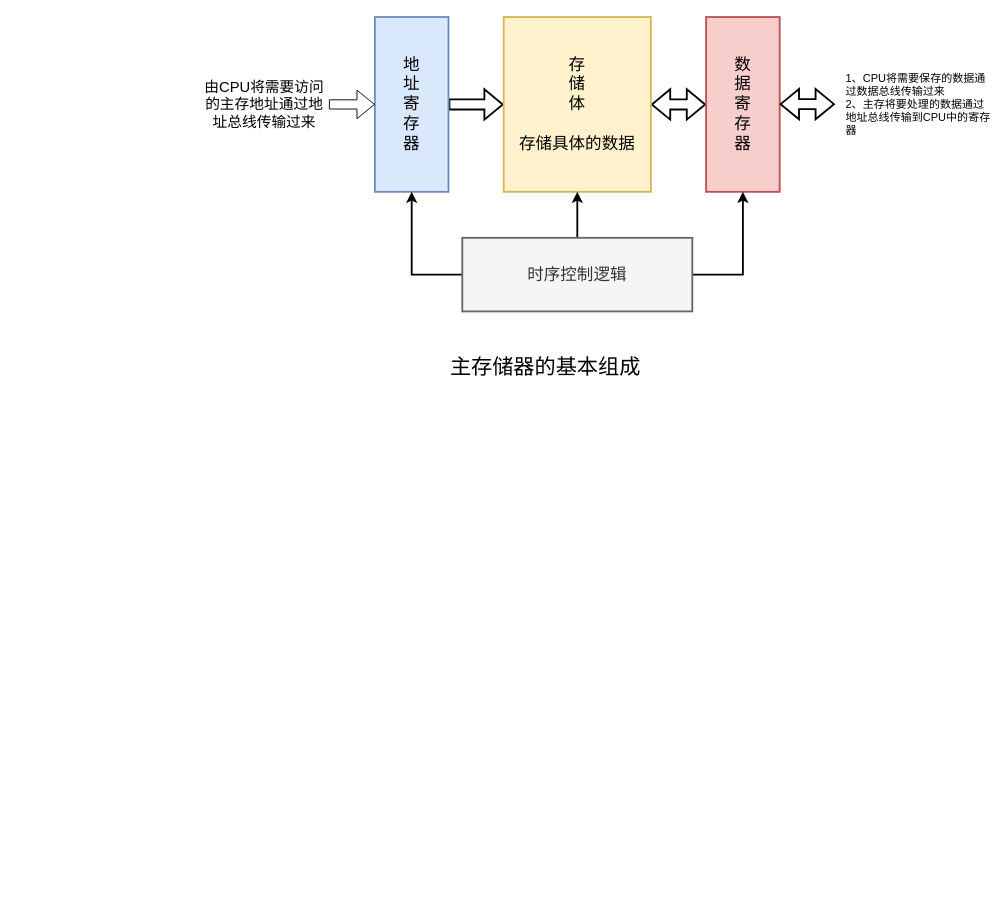
Earlier version of the draw.io diagram 408/计算机组成原理.drawio (wenxuan-ping/picture). Source tidied: cells renumbered, new cells numbered last; positions are measured from the earlier drawing's top-left corner, leaving out a move shared by most shapes. Both pictures are drawn from the tidied source at 92%, with x=0, y=0 at pixel (200, 17).
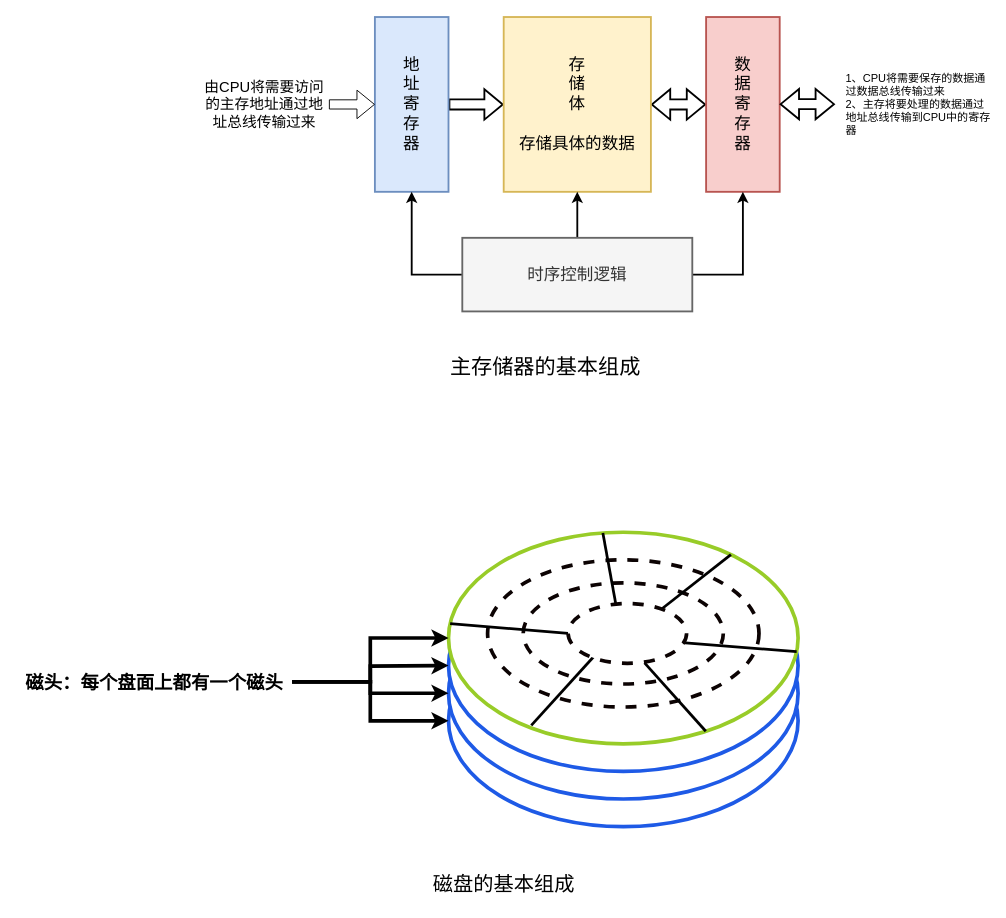
The same diagram, later.

Commit message:
磁盘的基本组成

Diff of the diagram source:
```diff
@@
+    <mxCell id="16" style="ellipse;whiteSpace=wrap;html=1;strokeColor=#1e5ae6;strokeWidth=4;" parent="1" vertex="1">
+      <mxGeometry x="270" y="650" width="380" height="230" as="geometry" />
+    </mxCell>
+    <mxCell id="17" style="ellipse;whiteSpace=wrap;html=1;strokeColor=#1e5ae6;strokeWidth=4;" parent="1" vertex="1">
+      <mxGeometry x="270" y="620" width="380" height="230" as="geometry" />
+    </mxCell>
@@
+    <mxCell id="18" style="ellipse;whiteSpace=wrap;html=1;strokeColor=#1e5ae6;strokeWidth=4;" parent="1" vertex="1">
+      <mxGeometry x="270" y="590" width="380" height="230" as="geometry" />
+    </mxCell>
+    <mxCell id="19" style="ellipse;whiteSpace=wrap;html=1;strokeWidth=4;strokeColor=#98cc28;" parent="1" vertex="1">
+      <mxGeometry x="270" y="560" width="380" height="230" as="geometry" />
+    </mxCell>
+    <mxCell id="20" style="ellipse;whiteSpace=wrap;html=1;strokeWidth=4;strokeColor=#0c0303;dashed=1;" parent="1" vertex="1">
+      <mxGeometry x="312.5" y="590" width="295" height="160" as="geometry" />
+    </mxCell>
+    <mxCell id="21" style="ellipse;whiteSpace=wrap;html=1;strokeWidth=4;strokeColor=#0c0303;dashed=1;" parent="1" vertex="1">
+      <mxGeometry x="351.2" y="615" width="217.5" height="110" as="geometry" />
+    </mxCell>
+    <mxCell id="22" style="endArrow=none;html=1;strokeWidth=3;rounded=0;entryX=0.225;entryY=0.869;entryDx=0;entryDy=0;entryPerimeter=0;" parent="1" edge="1" target="28">
+      <mxGeometry relative="1" as="geometry">
+        <mxPoint x="360" y="770" as="sourcePoint" />
+      </mxGeometry>
+    </mxCell>
+    <mxCell id="23" style="endArrow=none;html=1;strokeWidth=3;rounded=0;entryX=0.645;entryY=0.992;entryDx=0;entryDy=0;entryPerimeter=0;" parent="1" edge="1" source="19" target="28">
+      <mxGeometry relative="1" as="geometry" />
+    </mxCell>
+    <mxCell id="24" style="endArrow=none;html=1;strokeWidth=3;rounded=0;entryX=0.963;entryY=0.654;entryDx=0;entryDy=0;entryPerimeter=0;" parent="1" edge="1" source="19" target="28">
+      <mxGeometry relative="1" as="geometry" />
+    </mxCell>
+    <mxCell id="25" style="endArrow=none;html=1;strokeWidth=3;rounded=0;entryX=0.784;entryY=0.1;entryDx=0;entryDy=0;entryPerimeter=0;" parent="1" edge="1" source="19" target="28">
+      <mxGeometry relative="1" as="geometry" />
+    </mxCell>
+    <mxCell id="26" style="endArrow=none;html=1;strokeWidth=3;rounded=0;entryX=0.404;entryY=0.023;entryDx=0;entryDy=0;entryPerimeter=0;" parent="1" edge="1" source="19" target="28">
+      <mxGeometry relative="1" as="geometry" />
+    </mxCell>
+    <mxCell id="27" style="endArrow=none;html=1;strokeWidth=3;rounded=0;entryX=0;entryY=0.5;entryDx=0;entryDy=0;" parent="1" edge="1" source="19" target="28">
+      <mxGeometry relative="1" as="geometry" />
+    </mxCell>
+    <mxCell id="28" style="ellipse;whiteSpace=wrap;html=1;strokeWidth=4;strokeColor=#0c0303;dashed=1;" parent="1" vertex="1">
+      <mxGeometry x="400" y="637.5" width="128.8" height="65" as="geometry" />
+    </mxCell>
+    <mxCell id="29" style="edgeStyle=orthogonalEdgeStyle;rounded=0;jettySize=auto;html=1;entryX=0;entryY=0.5;entryDx=0;entryDy=0;strokeWidth=4;" parent="1" edge="1" source="31" target="19">
+      <mxGeometry relative="1" as="geometry" />
+    </mxCell>
+    <mxCell id="30" style="edgeStyle=orthogonalEdgeStyle;rounded=0;jettySize=auto;html=1;strokeWidth=4;" parent="1" edge="1" source="31" target="16">
+      <mxGeometry relative="1" as="geometry" />
+    </mxCell>
+    <mxCell id="31" value="&lt;font style=&quot;font-size: 20px;&quot;&gt;&lt;b&gt;磁头：每个盘面上都有一个磁头&lt;/b&gt;&lt;/font&gt;" style="text;html=1;align=center;verticalAlign=middle;points=[];strokeColor=none;fillColor=none;" parent="1" vertex="1">
+      <mxGeometry x="-200" y="702.5" width="300" height="40" as="geometry" />
+    </mxCell>
+    <mxCell id="32" style="edgeStyle=orthogonalEdgeStyle;rounded=0;jettySize=auto;html=1;strokeWidth=4;" parent="1" edge="1" source="31">
+      <mxGeometry relative="1" as="geometry">
+        <mxPoint x="270" y="705" as="targetPoint" />
+      </mxGeometry>
+    </mxCell>
+    <mxCell id="33" style="edgeStyle=orthogonalEdgeStyle;rounded=0;jettySize=auto;html=1;entryX=0;entryY=0.5;entryDx=0;entryDy=0;strokeWidth=4;" parent="1" edge="1" source="31" target="17">
+      <mxGeometry relative="1" as="geometry" />
+    </mxCell>
+    <mxCell id="34" value="&lt;font style=&quot;font-size: 22px;&quot;&gt;磁盘的基本组成&lt;/font&gt;" style="text;html=1;align=center;verticalAlign=middle;strokeColor=none;fillColor=none;" parent="1" vertex="1">
+      <mxGeometry x="240" y="923" width="180" height="40" as="geometry" />
+    </mxCell>
```
